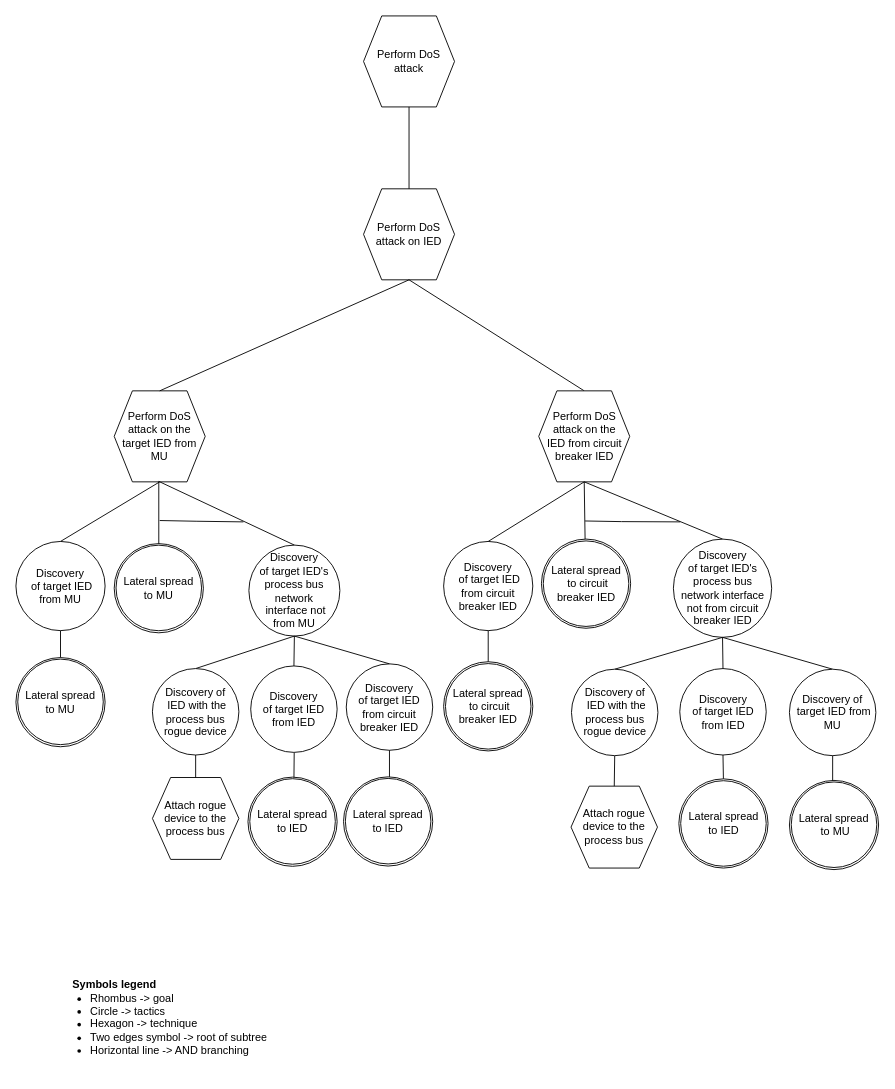
Before: drawIO_trees/solution_2_2_3.drawio in mihaelM/Attack_trees, a draw.io diagram. Source tidied: cells renumbered, new cells numbered last; positions are measured from the earlier drawing's top-left corner, leaving out a move shared by most shapes. Both pictures are drawn from the tidied source at 91%, with x=0, y=0 at pixel (15, 15).
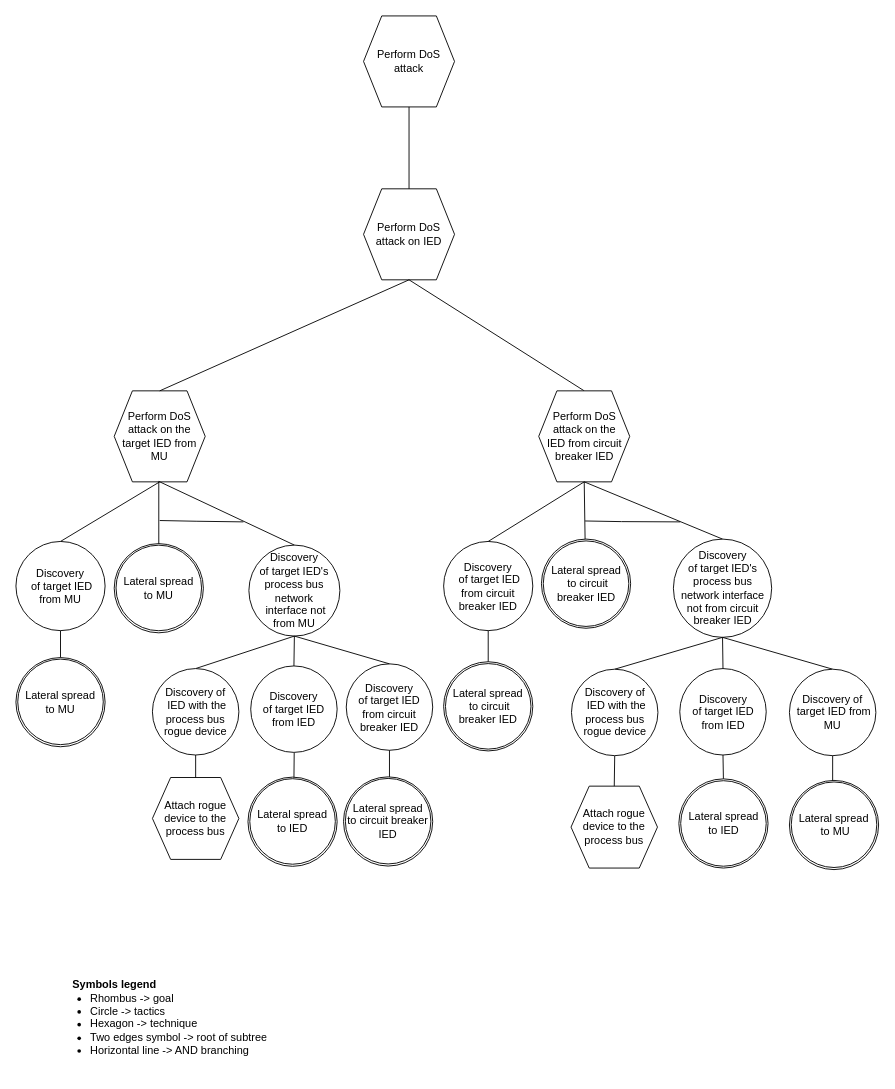
The same diagram, later.

What changed in the source:
```diff
@@
-    <mxCell id="52" value="Lateral spread&lt;br&gt;to IED" style="ellipse;whiteSpace=wrap;html=1;" parent="1" vertex="1">
+    <mxCell id="52" value="Lateral spread&lt;br&gt;to circuit breaker IED" style="ellipse;whiteSpace=wrap;html=1;" parent="1" vertex="1">
       <mxGeometry x="362" y="837.9" width="94" height="94" as="geometry" />
     </mxCell>
```
